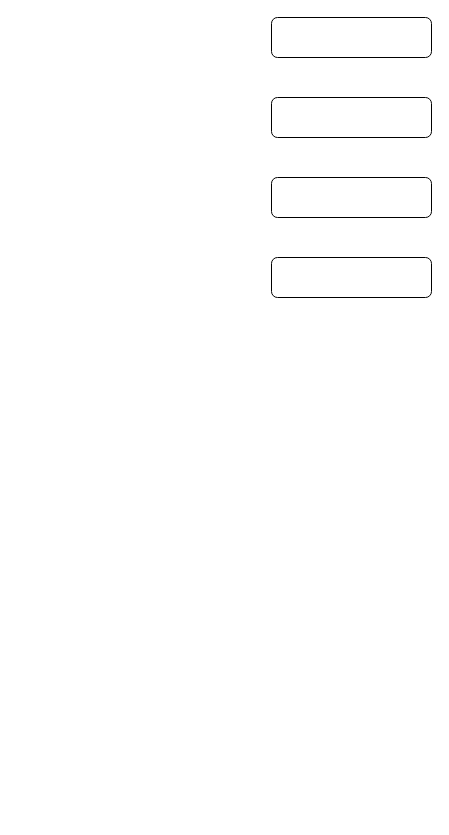
Above: VLSI design flow.drawio in joshmeiyb/draw.io (draw.io), before the change. Source tidied: cells renumbered, new cells numbered last; positions are measured from the earlier drawing's top-left corner, leaving out a move shared by most shapes. Both pictures are drawn from the tidied source at 100%, with x=0, y=0 at pixel (271, 17).
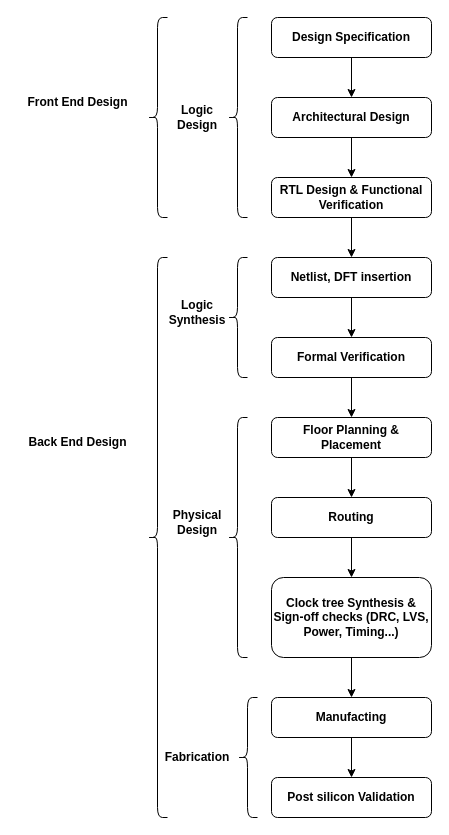
The same diagram, later.

Diff of the diagram source:
```diff
@@
+    <mxCell id="6" style="edgeStyle=orthogonalEdgeStyle;rounded=0;jettySize=auto;html=1;fontStyle=1;" parent="1" edge="1" source="2" target="4">
+      <mxGeometry relative="1" as="geometry" />
+    </mxCell>
-    <mxCell id="2" style="rounded=1;whiteSpace=wrap;html=1;" parent="1" vertex="1">
+    <mxCell id="2" value="Design Specification" style="rounded=1;whiteSpace=wrap;html=1;fontStyle=1;" parent="1" vertex="1">
       <mxGeometry width="160" height="40" as="geometry" />
     </mxCell>
+    <mxCell id="7" style="edgeStyle=orthogonalEdgeStyle;rounded=0;jettySize=auto;html=1;fontStyle=1;" parent="1" edge="1" source="3" target="5">
+      <mxGeometry relative="1" as="geometry" />
+    </mxCell>
-    <mxCell id="3" style="rounded=1;whiteSpace=wrap;html=1;" parent="1" vertex="1">
+    <mxCell id="3" value="RTL Design &amp;amp; Functional Verification" style="rounded=1;whiteSpace=wrap;html=1;fontStyle=1;" parent="1" vertex="1">
       <mxGeometry y="160" width="160" height="40" as="geometry" />
     </mxCell>
+    <mxCell id="8" style="edgeStyle=orthogonalEdgeStyle;rounded=0;jettySize=auto;html=1;fontStyle=1;" parent="1" edge="1" source="4" target="3">
+      <mxGeometry relative="1" as="geometry" />
+    </mxCell>
-    <mxCell id="4" style="rounded=1;whiteSpace=wrap;html=1;" parent="1" vertex="1">
+    <mxCell id="4" value="Architectural Design" style="rounded=1;whiteSpace=wrap;html=1;fontStyle=1;" parent="1" vertex="1">
       <mxGeometry y="80" width="160" height="40" as="geometry" />
     </mxCell>
+    <mxCell id="9" style="edgeStyle=orthogonalEdgeStyle;rounded=0;jettySize=auto;html=1;fontStyle=1;" parent="1" edge="1" source="5" target="11">
+      <mxGeometry relative="1" as="geometry" />
+    </mxCell>
-    <mxCell id="5" style="rounded=1;whiteSpace=wrap;html=1;" parent="1" vertex="1">
+    <mxCell id="5" value="Netlist, DFT insertion" style="rounded=1;whiteSpace=wrap;html=1;fontStyle=1;" parent="1" vertex="1">
       <mxGeometry y="240" width="160" height="40" as="geometry" />
     </mxCell>
+    <mxCell id="10" style="edgeStyle=orthogonalEdgeStyle;rounded=0;jettySize=auto;html=1;fontStyle=1;" parent="1" edge="1" source="11" target="15">
+      <mxGeometry relative="1" as="geometry" />
+    </mxCell>
+    <mxCell id="11" value="Formal Verification" style="rounded=1;whiteSpace=wrap;html=1;fontStyle=1;" parent="1" vertex="1">
+      <mxGeometry y="320" width="160" height="40" as="geometry" />
+    </mxCell>
+    <mxCell id="12" style="edgeStyle=orthogonalEdgeStyle;rounded=0;jettySize=auto;html=1;fontStyle=1;" parent="1" edge="1" source="13" target="17">
+      <mxGeometry relative="1" as="geometry" />
+    </mxCell>
+    <mxCell id="13" value="Routing" style="rounded=1;whiteSpace=wrap;html=1;fontStyle=1;" parent="1" vertex="1">
+      <mxGeometry y="480" width="160" height="40" as="geometry" />
+    </mxCell>
+    <mxCell id="14" style="edgeStyle=orthogonalEdgeStyle;rounded=0;jettySize=auto;html=1;fontStyle=1;" parent="1" edge="1" source="15" target="13">
+      <mxGeometry relative="1" as="geometry" />
+    </mxCell>
+    <mxCell id="15" value="Floor Planning &amp;amp; Placement" style="rounded=1;whiteSpace=wrap;html=1;fontStyle=1;" parent="1" vertex="1">
+      <mxGeometry y="400" width="160" height="40" as="geometry" />
+    </mxCell>
+    <mxCell id="16" style="edgeStyle=orthogonalEdgeStyle;rounded=0;jettySize=auto;html=1;fontStyle=1;" parent="1" edge="1" source="17" target="27">
+      <mxGeometry relative="1" as="geometry" />
+    </mxCell>
+    <mxCell id="17" value="Clock tree Synthesis &amp;amp; Sign-off checks (DRC, LVS, Power, Timing...)" style="rounded=1;whiteSpace=wrap;html=1;fontStyle=1;" parent="1" vertex="1">
+      <mxGeometry y="560" width="160" height="80" as="geometry" />
+    </mxCell>
+    <mxCell id="18" value="Front End Design" style="text;html=1;align=center;verticalAlign=middle;strokeColor=none;fillColor=none;fontStyle=1;" parent="1" vertex="1">
+      <mxGeometry x="-254" y="70" width="120" height="30" as="geometry" />
+    </mxCell>
+    <mxCell id="19" style="shape=curlyBracket;whiteSpace=wrap;html=1;rounded=1;fontStyle=1;" parent="1" vertex="1">
+      <mxGeometry x="-124" width="20" height="200" as="geometry" />
+    </mxCell>
+    <mxCell id="20" value="Back End Design" style="text;html=1;align=center;verticalAlign=middle;strokeColor=none;fillColor=none;fontStyle=1;" parent="1" vertex="1">
+      <mxGeometry x="-254" y="410" width="120" height="30" as="geometry" />
+    </mxCell>
+    <mxCell id="21" style="shape=curlyBracket;whiteSpace=wrap;html=1;rounded=1;fontStyle=1;" parent="1" vertex="1">
+      <mxGeometry x="-124" y="240" width="20" height="560" as="geometry" />
+    </mxCell>
+    <mxCell id="22" value="Logic Synthesis" style="text;html=1;strokeColor=none;fillColor=none;align=center;verticalAlign=middle;whiteSpace=wrap;rounded=0;fontStyle=1;" parent="1" vertex="1">
+      <mxGeometry x="-104" y="280" width="60" height="30" as="geometry" />
+    </mxCell>
+    <mxCell id="23" style="shape=curlyBracket;whiteSpace=wrap;html=1;rounded=1;fontStyle=1;" parent="1" vertex="1">
+      <mxGeometry x="-44" y="240" width="20" height="120" as="geometry" />
+    </mxCell>
+    <mxCell id="24" value="Physical&lt;br&gt;Design" style="text;html=1;strokeColor=none;fillColor=none;align=center;verticalAlign=middle;whiteSpace=wrap;rounded=0;fontStyle=1;" parent="1" vertex="1">
+      <mxGeometry x="-104" y="490" width="60" height="30" as="geometry" />
+    </mxCell>
+    <mxCell id="25" style="shape=curlyBracket;whiteSpace=wrap;html=1;rounded=1;fontStyle=1;" parent="1" vertex="1">
+      <mxGeometry x="-44" y="400" width="20" height="240" as="geometry" />
+    </mxCell>
+    <mxCell id="26" style="edgeStyle=orthogonalEdgeStyle;rounded=0;jettySize=auto;html=1;fontStyle=1;" parent="1" edge="1" source="27" target="28">
+      <mxGeometry relative="1" as="geometry" />
+    </mxCell>
+    <mxCell id="27" value="Manufacting" style="rounded=1;whiteSpace=wrap;html=1;fontStyle=1;" parent="1" vertex="1">
+      <mxGeometry y="680" width="160" height="40" as="geometry" />
+    </mxCell>
+    <mxCell id="28" value="Post silicon Validation" style="rounded=1;whiteSpace=wrap;html=1;fontStyle=1;" parent="1" vertex="1">
+      <mxGeometry y="760" width="160" height="40" as="geometry" />
+    </mxCell>
+    <mxCell id="29" value="Logic Design" style="text;html=1;strokeColor=none;fillColor=none;align=center;verticalAlign=middle;whiteSpace=wrap;rounded=0;fontStyle=1;" parent="1" vertex="1">
+      <mxGeometry x="-104" y="85" width="60" height="30" as="geometry" />
+    </mxCell>
+    <mxCell id="30" style="shape=curlyBracket;whiteSpace=wrap;html=1;rounded=1;fontStyle=1;" parent="1" vertex="1">
+      <mxGeometry x="-44" width="20" height="200" as="geometry" />
+    </mxCell>
+    <mxCell id="31" value="Fabrication" style="text;html=1;strokeColor=none;fillColor=none;align=center;verticalAlign=middle;whiteSpace=wrap;rounded=0;fontStyle=1;" parent="1" vertex="1">
+      <mxGeometry x="-104" y="725" width="60" height="30" as="geometry" />
+    </mxCell>
+    <mxCell id="32" style="shape=curlyBracket;whiteSpace=wrap;html=1;rounded=1;fontStyle=1;" parent="1" vertex="1">
+      <mxGeometry x="-34" y="680" width="20" height="120" as="geometry" />
+    </mxCell>
```
